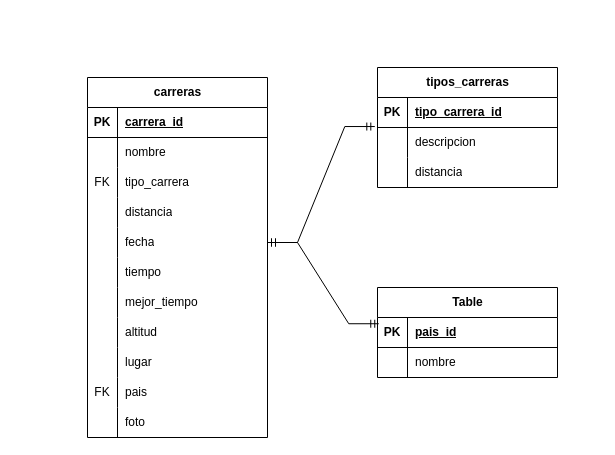
This is CarrerasModeloRelacionalBD.drawio from sergioromero2k/DataTheoryRepo, a draw.io file, before an edit. Source tidied: cells renumbered, new cells numbered last; positions are measured from the earlier drawing's top-left corner, leaving out a move shared by most shapes. Both pictures are drawn from the tidied source at 100%, with x=0, y=0 at pixel (87, 67).
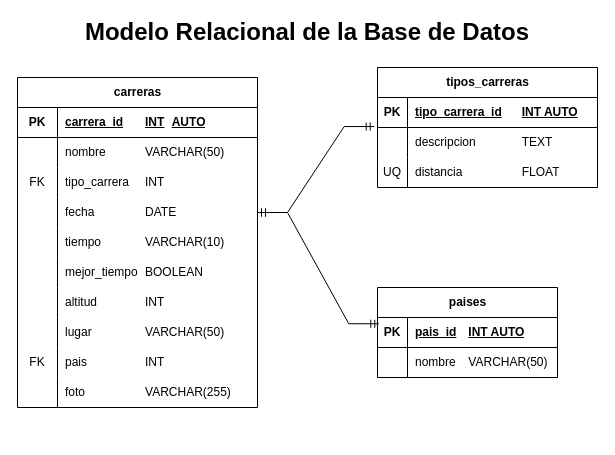
The same page after the edit.

Commit message:
Actualización del modelo relacional de la base de datos.drawio

Unchanged cells that the change refers to:
```xml
<mxCell id="47" style="shape=tableRow;horizontal=0;startSize=0;swimlaneHead=0;swimlaneBody=0;fillColor=none;points=[[0,0.5],[1,0.5]];portConstraint=eastwest;top=0;left=0;right=0;bottom=1;" parent="46" vertex="1">
  <mxGeometry y="30" width="180" height="30" as="geometry" />
</mxCell>
<mxCell id="50" style="shape=tableRow;horizontal=0;startSize=0;swimlaneHead=0;swimlaneBody=0;fillColor=none;top=0;left=0;right=0;bottom=0;" parent="46" vertex="1">
  <mxGeometry y="60" width="180" height="30" as="geometry" />
</mxCell>
```

Diff of the diagram source:
```diff
@@
     <mxCell id="2" value="carreras" style="shape=table;startSize=30;childLayout=tableLayout;rowLines=0;fontStyle=1;align=center;html=1;" parent="1" vertex="1">
-      <mxGeometry y="10" width="180" height="360" as="geometry" />
+      <mxGeometry x="-70" y="10" width="240" height="330" as="geometry" />
     </mxCell>
     <mxCell id="3" style="shape=tableRow;horizontal=0;startSize=0;swimlaneHead=0;swimlaneBody=0;fillColor=none;top=0;left=0;right=0;bottom=1;" parent="2" vertex="1">
-      <mxGeometry y="30" width="180" height="30" as="geometry" />
+      <mxGeometry y="30" width="240" height="30" as="geometry" />
     </mxCell>
     <mxCell id="4" value="PK" style="shape=partialRectangle;fillColor=none;top=0;left=0;bottom=0;right=0;fontStyle=1;overflow=hidden;whiteSpace=wrap;html=1;" parent="3" vertex="1">
-      <mxGeometry width="30" height="30" as="geometry" />
+      <mxGeometry width="40" height="30" as="geometry" />
     </mxCell>
-    <mxCell id="5" value="carrera_id" style="shape=partialRectangle;fillColor=none;top=0;left=0;bottom=0;right=0;align=left;spacingLeft=6;fontStyle=5;overflow=hidden;whiteSpace=wrap;html=1;" parent="3" vertex="1">
-      <mxGeometry x="30" width="150" height="30" as="geometry" />
+    <mxCell id="5" value="carrera_id&lt;span style=&quot;white-space: pre;&quot;&gt;&#9;&lt;/span&gt;INT&lt;span style=&quot;white-space: pre;&quot;&gt;&#9;&lt;/span&gt;AUTO" style="shape=partialRectangle;fillColor=none;top=0;left=0;bottom=0;right=0;align=left;spacingLeft=6;fontStyle=5;overflow=hidden;whiteSpace=wrap;html=1;" parent="3" vertex="1">
+      <mxGeometry x="40" width="200" height="30" as="geometry" />
     </mxCell>
     <mxCell id="6" style="shape=tableRow;horizontal=0;startSize=0;swimlaneHead=0;swimlaneBody=0;fillColor=none;top=0;left=0;right=0;bottom=0;" parent="2" vertex="1">
-      <mxGeometry y="60" width="180" height="30" as="geometry" />
+      <mxGeometry y="60" width="240" height="30" as="geometry" />
     </mxCell>
     <mxCell id="7" style="shape=partialRectangle;fillColor=none;top=0;left=0;bottom=0;right=0;overflow=hidden;whiteSpace=wrap;html=1;" parent="6" vertex="1">
-      <mxGeometry width="30" height="30" as="geometry" />
+      <mxGeometry width="40" height="30" as="geometry" />
     </mxCell>
-    <mxCell id="8" value="nombre" style="shape=partialRectangle;fillColor=none;top=0;left=0;bottom=0;right=0;align=left;spacingLeft=6;overflow=hidden;whiteSpace=wrap;html=1;" parent="6" vertex="1">
-      <mxGeometry x="30" width="150" height="30" as="geometry" />
+    <mxCell id="8" value="nombre&amp;nbsp;&lt;span style=&quot;white-space: pre;&quot;&gt;&#9;&lt;span style=&quot;white-space: pre;&quot;&gt;&#9;&lt;/span&gt;&lt;/span&gt;VARCHAR(50)" style="shape=partialRectangle;fillColor=none;top=0;left=0;bottom=0;right=0;align=left;spacingLeft=6;overflow=hidden;whiteSpace=wrap;html=1;" parent="6" vertex="1">
+      <mxGeometry x="40" width="200" height="30" as="geometry" />
     </mxCell>
     <mxCell id="9" style="shape=tableRow;horizontal=0;startSize=0;swimlaneHead=0;swimlaneBody=0;fillColor=none;top=0;left=0;right=0;bottom=0;" parent="2" vertex="1">
-      <mxGeometry y="90" width="180" height="30" as="geometry" />
+      <mxGeometry y="90" width="240" height="30" as="geometry" />
     </mxCell>
     <mxCell id="10" value="FK" style="shape=partialRectangle;fillColor=none;top=0;left=0;bottom=0;right=0;overflow=hidden;whiteSpace=wrap;html=1;" parent="9" vertex="1">
-      <mxGeometry width="30" height="30" as="geometry" />
+      <mxGeometry width="40" height="30" as="geometry" />
     </mxCell>
-    <mxCell id="11" value="tipo_carrera" style="shape=partialRectangle;fillColor=none;top=0;left=0;bottom=0;right=0;align=left;spacingLeft=6;overflow=hidden;whiteSpace=wrap;html=1;" parent="9" vertex="1">
-      <mxGeometry x="30" width="150" height="30" as="geometry" />
+    <mxCell id="11" value="tipo_carrera&lt;span style=&quot;white-space: pre;&quot;&gt;&#9;&lt;/span&gt;INT" style="shape=partialRectangle;fillColor=none;top=0;left=0;bottom=0;right=0;align=left;spacingLeft=6;overflow=hidden;whiteSpace=wrap;html=1;" parent="9" vertex="1">
+      <mxGeometry x="40" width="200" height="30" as="geometry" />
     </mxCell>
-    <mxCell id="12" style="shape=tableRow;horizontal=0;startSize=0;swimlaneHead=0;swimlaneBody=0;fillColor=none;top=0;left=0;right=0;bottom=0;" parent="2" vertex="1">
-      <mxGeometry y="120" width="180" height="30" as="geometry" />
-    </mxCell>
-    <mxCell id="13" style="shape=partialRectangle;fillColor=none;top=0;left=0;bottom=0;right=0;overflow=hidden;whiteSpace=wrap;html=1;" parent="12" vertex="1">
-      <mxGeometry width="30" height="30" as="geometry" />
-    </mxCell>
-    <mxCell id="14" value="distancia" style="shape=partialRectangle;fillColor=none;top=0;left=0;bottom=0;right=0;align=left;spacingLeft=6;overflow=hidden;whiteSpace=wrap;html=1;" parent="12" vertex="1">
-      <mxGeometry x="30" width="150" height="30" as="geometry" />
-    </mxCell>
     <mxCell id="15" style="shape=tableRow;horizontal=0;startSize=0;swimlaneHead=0;swimlaneBody=0;fillColor=none;points=[[0,0.5],[1,0.5]];portConstraint=eastwest;top=0;left=0;right=0;bottom=0;" parent="2" vertex="1">
-      <mxGeometry y="150" width="180" height="30" as="geometry" />
+      <mxGeometry y="120" width="240" height="30" as="geometry" />
     </mxCell>
     <mxCell id="16" style="shape=partialRectangle;fillColor=none;top=0;left=0;bottom=0;right=0;overflow=hidden;whiteSpace=wrap;html=1;" parent="15" vertex="1">
-      <mxGeometry width="30" height="30" as="geometry" />
+      <mxGeometry width="40" height="30" as="geometry" />
     </mxCell>
-    <mxCell id="17" value="fecha" style="shape=partialRectangle;fillColor=none;top=0;left=0;bottom=0;right=0;align=left;spacingLeft=6;overflow=hidden;whiteSpace=wrap;html=1;" parent="15" vertex="1">
-      <mxGeometry x="30" width="150" height="30" as="geometry" />
+    <mxCell id="17" value="fecha&amp;nbsp;&lt;span style=&quot;white-space: pre;&quot;&gt;&#9;&lt;span style=&quot;white-space: pre;&quot;&gt;&#9;&lt;/span&gt;&lt;/span&gt;DATE" style="shape=partialRectangle;fillColor=none;top=0;left=0;bottom=0;right=0;align=left;spacingLeft=6;overflow=hidden;whiteSpace=wrap;html=1;" parent="15" vertex="1">
+      <mxGeometry x="40" width="200" height="30" as="geometry" />
     </mxCell>
     <mxCell id="18" style="shape=tableRow;horizontal=0;startSize=0;swimlaneHead=0;swimlaneBody=0;fillColor=none;top=0;left=0;right=0;bottom=0;" parent="2" vertex="1">
-      <mxGeometry y="180" width="180" height="30" as="geometry" />
+      <mxGeometry y="150" width="240" height="30" as="geometry" />
     </mxCell>
     <mxCell id="19" style="shape=partialRectangle;fillColor=none;top=0;left=0;bottom=0;right=0;overflow=hidden;whiteSpace=wrap;html=1;" parent="18" vertex="1">
-      <mxGeometry width="30" height="30" as="geometry" />
+      <mxGeometry width="40" height="30" as="geometry" />
     </mxCell>
-    <mxCell id="20" value="tiempo" style="shape=partialRectangle;fillColor=none;top=0;left=0;bottom=0;right=0;align=left;spacingLeft=6;overflow=hidden;whiteSpace=wrap;html=1;" parent="18" vertex="1">
-      <mxGeometry x="30" width="150" height="30" as="geometry" />
+    <mxCell id="20" value="tiempo&amp;nbsp;&lt;span style=&quot;white-space: pre;&quot;&gt;&#9;&lt;span style=&quot;white-space: pre;&quot;&gt;&#9;&lt;/span&gt;&lt;/span&gt;VARCHAR(10)" style="shape=partialRectangle;fillColor=none;top=0;left=0;bottom=0;right=0;align=left;spacingLeft=6;overflow=hidden;whiteSpace=wrap;html=1;" parent="18" vertex="1">
+      <mxGeometry x="40" width="200" height="30" as="geometry" />
     </mxCell>
     <mxCell id="21" style="shape=tableRow;horizontal=0;startSize=0;swimlaneHead=0;swimlaneBody=0;fillColor=none;top=0;left=0;right=0;bottom=0;" parent="2" vertex="1">
-      <mxGeometry y="210" width="180" height="30" as="geometry" />
+      <mxGeometry y="180" width="240" height="30" as="geometry" />
     </mxCell>
     <mxCell id="22" style="shape=partialRectangle;fillColor=none;top=0;left=0;bottom=0;right=0;overflow=hidden;whiteSpace=wrap;html=1;" parent="21" vertex="1">
-      <mxGeometry width="30" height="30" as="geometry" />
+      <mxGeometry width="40" height="30" as="geometry" />
     </mxCell>
-    <mxCell id="23" value="mejor_tiempo" style="shape=partialRectangle;fillColor=none;top=0;left=0;bottom=0;right=0;align=left;spacingLeft=6;overflow=hidden;whiteSpace=wrap;html=1;" parent="21" vertex="1">
-      <mxGeometry x="30" width="150" height="30" as="geometry" />
+    <mxCell id="23" value="mejor_tiempo&lt;span style=&quot;white-space: pre;&quot;&gt;&#9;&lt;/span&gt;BOOLEAN" style="shape=partialRectangle;fillColor=none;top=0;left=0;bottom=0;right=0;align=left;spacingLeft=6;overflow=hidden;whiteSpace=wrap;html=1;" parent="21" vertex="1">
+      <mxGeometry x="40" width="200" height="30" as="geometry" />
     </mxCell>
     <mxCell id="24" style="shape=tableRow;horizontal=0;startSize=0;swimlaneHead=0;swimlaneBody=0;fillColor=none;top=0;left=0;right=0;bottom=0;" parent="2" vertex="1">
-      <mxGeometry y="240" width="180" height="30" as="geometry" />
+      <mxGeometry y="210" width="240" height="30" as="geometry" />
     </mxCell>
     <mxCell id="25" style="shape=partialRectangle;fillColor=none;top=0;left=0;bottom=0;right=0;overflow=hidden;whiteSpace=wrap;html=1;" parent="24" vertex="1">
-      <mxGeometry width="30" height="30" as="geometry" />
+      <mxGeometry width="40" height="30" as="geometry" />
     </mxCell>
-    <mxCell id="26" value="altitud" style="shape=partialRectangle;fillColor=none;top=0;left=0;bottom=0;right=0;align=left;spacingLeft=6;overflow=hidden;whiteSpace=wrap;html=1;" parent="24" vertex="1">
-      <mxGeometry x="30" width="150" height="30" as="geometry" />
+    <mxCell id="26" value="altitud&lt;span style=&quot;white-space: pre;&quot;&gt;&#9;&lt;span style=&quot;white-space: pre;&quot;&gt;&#9;&lt;/span&gt;I&lt;/span&gt;NT" style="shape=partialRectangle;fillColor=none;top=0;left=0;bottom=0;right=0;align=left;spacingLeft=6;overflow=hidden;whiteSpace=wrap;html=1;" parent="24" vertex="1">
+      <mxGeometry x="40" width="200" height="30" as="geometry" />
     </mxCell>
     <mxCell id="27" style="shape=tableRow;horizontal=0;startSize=0;swimlaneHead=0;swimlaneBody=0;fillColor=none;top=0;left=0;right=0;bottom=0;" parent="2" vertex="1">
-      <mxGeometry y="270" width="180" height="30" as="geometry" />
+      <mxGeometry y="240" width="240" height="30" as="geometry" />
     </mxCell>
     <mxCell id="28" style="shape=partialRectangle;fillColor=none;top=0;left=0;bottom=0;right=0;overflow=hidden;whiteSpace=wrap;html=1;" parent="27" vertex="1">
-      <mxGeometry width="30" height="30" as="geometry" />
+      <mxGeometry width="40" height="30" as="geometry" />
     </mxCell>
-    <mxCell id="29" value="lugar" style="shape=partialRectangle;fillColor=none;top=0;left=0;bottom=0;right=0;align=left;spacingLeft=6;overflow=hidden;whiteSpace=wrap;html=1;" parent="27" vertex="1">
-      <mxGeometry x="30" width="150" height="30" as="geometry" />
+    <mxCell id="29" value="lugar&lt;span style=&quot;white-space: pre;&quot;&gt;&#9;&lt;span style=&quot;white-space: pre;&quot;&gt;&#9;&lt;/span&gt;VARCHAR(&lt;/span&gt;50&lt;span style=&quot;white-space: pre;&quot;&gt;)&lt;/span&gt;" style="shape=partialRectangle;fillColor=none;top=0;left=0;bottom=0;right=0;align=left;spacingLeft=6;overflow=hidden;whiteSpace=wrap;html=1;" parent="27" vertex="1">
+      <mxGeometry x="40" width="200" height="30" as="geometry" />
     </mxCell>
     <mxCell id="30" style="shape=tableRow;horizontal=0;startSize=0;swimlaneHead=0;swimlaneBody=0;fillColor=none;top=0;left=0;right=0;bottom=0;" parent="2" vertex="1">
-      <mxGeometry y="300" width="180" height="30" as="geometry" />
+      <mxGeometry y="270" width="240" height="30" as="geometry" />
     </mxCell>
     <mxCell id="31" value="FK" style="shape=partialRectangle;fillColor=none;top=0;left=0;bottom=0;right=0;overflow=hidden;whiteSpace=wrap;html=1;" parent="30" vertex="1">
-      <mxGeometry width="30" height="30" as="geometry" />
+      <mxGeometry width="40" height="30" as="geometry" />
     </mxCell>
-    <mxCell id="32" value="pais" style="shape=partialRectangle;fillColor=none;top=0;left=0;bottom=0;right=0;align=left;spacingLeft=6;overflow=hidden;whiteSpace=wrap;html=1;" parent="30" vertex="1">
-      <mxGeometry x="30" width="150" height="30" as="geometry" />
+    <mxCell id="32" value="pais&lt;span style=&quot;white-space: pre;&quot;&gt;&#9;&lt;/span&gt;&lt;span style=&quot;white-space: pre;&quot;&gt;&#9;&lt;span style=&quot;white-space: pre;&quot;&gt;&#9;&lt;/span&gt;&lt;/span&gt;INT" style="shape=partialRectangle;fillColor=none;top=0;left=0;bottom=0;right=0;align=left;spacingLeft=6;overflow=hidden;whiteSpace=wrap;html=1;" parent="30" vertex="1">
+      <mxGeometry x="40" width="200" height="30" as="geometry" />
     </mxCell>
     <mxCell id="33" style="shape=tableRow;horizontal=0;startSize=0;swimlaneHead=0;swimlaneBody=0;fillColor=none;top=0;left=0;right=0;bottom=0;" parent="2" vertex="1">
-      <mxGeometry y="330" width="180" height="30" as="geometry" />
+      <mxGeometry y="300" width="240" height="30" as="geometry" />
     </mxCell>
     <mxCell id="34" style="shape=partialRectangle;fillColor=none;top=0;left=0;bottom=0;right=0;overflow=hidden;whiteSpace=wrap;html=1;" parent="33" vertex="1">
-      <mxGeometry width="30" height="30" as="geometry" />
+      <mxGeometry width="40" height="30" as="geometry" />
     </mxCell>
-    <mxCell id="35" value="foto" style="shape=partialRectangle;fillColor=none;top=0;left=0;bottom=0;right=0;align=left;spacingLeft=6;overflow=hidden;whiteSpace=wrap;html=1;" parent="33" vertex="1">
-      <mxGeometry x="30" width="150" height="30" as="geometry" />
+    <mxCell id="35" value="foto&lt;span style=&quot;white-space: pre;&quot;&gt;&#9;&lt;/span&gt;&lt;span style=&quot;white-space: pre;&quot;&gt;&#9;&lt;span style=&quot;white-space: pre;&quot;&gt;&#9;&lt;/span&gt;&lt;/span&gt;VARCHAR(255)" style="shape=partialRectangle;fillColor=none;top=0;left=0;bottom=0;right=0;align=left;spacingLeft=6;overflow=hidden;whiteSpace=wrap;html=1;" parent="33" vertex="1">
+      <mxGeometry x="40" width="200" height="30" as="geometry" />
     </mxCell>
     <mxCell id="36" value="tipos_carreras" style="shape=table;startSize=30;childLayout=tableLayout;rowLines=0;fontStyle=1;align=center;html=1;" parent="1" vertex="1">
-      <mxGeometry x="290" width="180" height="120" as="geometry" />
+      <mxGeometry x="290" width="220" height="120" as="geometry" />
     </mxCell>
     <mxCell id="37" style="shape=tableRow;horizontal=0;startSize=0;swimlaneHead=0;swimlaneBody=0;fillColor=none;top=0;left=0;right=0;bottom=1;" parent="36" vertex="1">
-      <mxGeometry y="30" width="180" height="30" as="geometry" />
+      <mxGeometry y="30" width="220" height="30" as="geometry" />
     </mxCell>
@@
-    <mxCell id="39" value="tipo_carrera_id" style="shape=partialRectangle;fillColor=none;top=0;left=0;bottom=0;right=0;align=left;spacingLeft=6;fontStyle=5;overflow=hidden;whiteSpace=wrap;html=1;" parent="37" vertex="1">
-      <mxGeometry x="30" width="150" height="30" as="geometry" />
+    <mxCell id="39" value="tipo_carrera_id&lt;span style=&quot;white-space: pre;&quot;&gt;&#9;&lt;/span&gt;INT AUTO" style="shape=partialRectangle;fillColor=none;top=0;left=0;bottom=0;right=0;align=left;spacingLeft=6;fontStyle=5;overflow=hidden;whiteSpace=wrap;html=1;" parent="37" vertex="1">
+      <mxGeometry x="30" width="190" height="30" as="geometry" />
     </mxCell>
     <mxCell id="40" style="shape=tableRow;horizontal=0;startSize=0;swimlaneHead=0;swimlaneBody=0;fillColor=none;points=[[0,0.5],[1,0.5]];portConstraint=eastwest;top=0;left=0;right=0;bottom=0;" parent="36" vertex="1">
-      <mxGeometry y="60" width="180" height="30" as="geometry" />
+      <mxGeometry y="60" width="220" height="30" as="geometry" />
     </mxCell>
@@
-    <mxCell id="42" value="descripcion" style="shape=partialRectangle;fillColor=none;top=0;left=0;bottom=0;right=0;align=left;spacingLeft=6;overflow=hidden;whiteSpace=wrap;html=1;" parent="40" vertex="1">
-      <mxGeometry x="30" width="150" height="30" as="geometry" />
+    <mxCell id="42" value="descripcion&lt;span style=&quot;white-space: pre;&quot;&gt;&#9;&lt;span style=&quot;white-space: pre;&quot;&gt;&#9;&lt;/span&gt;&lt;/span&gt;TEXT" style="shape=partialRectangle;fillColor=none;top=0;left=0;bottom=0;right=0;align=left;spacingLeft=6;overflow=hidden;whiteSpace=wrap;html=1;" parent="40" vertex="1">
+      <mxGeometry x="30" width="190" height="30" as="geometry" />
     </mxCell>
     <mxCell id="43" style="shape=tableRow;horizontal=0;startSize=0;swimlaneHead=0;swimlaneBody=0;fillColor=none;top=0;left=0;right=0;bottom=0;" parent="36" vertex="1">
-      <mxGeometry y="90" width="180" height="30" as="geometry" />
+      <mxGeometry y="90" width="220" height="30" as="geometry" />
     </mxCell>
-    <mxCell id="44" style="shape=partialRectangle;fillColor=none;top=0;left=0;bottom=0;right=0;overflow=hidden;whiteSpace=wrap;html=1;" parent="43" vertex="1">
+    <mxCell id="44" value="UQ" style="shape=partialRectangle;fillColor=none;top=0;left=0;bottom=0;right=0;overflow=hidden;whiteSpace=wrap;html=1;" parent="43" vertex="1">
       <mxGeometry width="30" height="30" as="geometry" />
     </mxCell>
-    <mxCell id="45" value="distancia" style="shape=partialRectangle;fillColor=none;top=0;left=0;bottom=0;right=0;align=left;spacingLeft=6;overflow=hidden;whiteSpace=wrap;html=1;" parent="43" vertex="1">
-      <mxGeometry x="30" width="150" height="30" as="geometry" />
+    <mxCell id="45" value="distancia&lt;span style=&quot;white-space: pre;&quot;&gt;&#9;&lt;/span&gt;&lt;span style=&quot;white-space: pre;&quot;&gt;&#9;&lt;span style=&quot;white-space: pre;&quot;&gt;&#9;&lt;/span&gt;&lt;/span&gt;FLOAT" style="shape=partialRectangle;fillColor=none;top=0;left=0;bottom=0;right=0;align=left;spacingLeft=6;overflow=hidden;whiteSpace=wrap;html=1;" parent="43" vertex="1">
+      <mxGeometry x="30" width="190" height="30" as="geometry" />
     </mxCell>
-    <mxCell id="46" value="Table" style="shape=table;startSize=30;childLayout=tableLayout;rowLines=0;fontStyle=1;align=center;html=1;" parent="1" vertex="1">
+    <mxCell id="46" value="paises" style="shape=table;startSize=30;childLayout=tableLayout;rowLines=0;fontStyle=1;align=center;html=1;" parent="1" vertex="1">
       <mxGeometry x="290" y="220" width="180" height="90" as="geometry" />
     </mxCell>
@@
-    <mxCell id="49" value="pais_id" style="shape=partialRectangle;fillColor=none;top=0;left=0;bottom=0;right=0;align=left;spacingLeft=6;fontStyle=5;overflow=hidden;whiteSpace=wrap;html=1;" parent="47" vertex="1">
+    <mxCell id="49" value="pais_id&lt;span style=&quot;white-space: pre;&quot;&gt;&#9;&lt;/span&gt;INT AUTO" style="shape=partialRectangle;fillColor=none;top=0;left=0;bottom=0;right=0;align=left;spacingLeft=6;fontStyle=5;overflow=hidden;whiteSpace=wrap;html=1;" parent="47" vertex="1">
       <mxGeometry x="30" width="150" height="30" as="geometry" />
     </mxCell>
@@
-    <mxCell id="52" value="nombre" style="shape=partialRectangle;fillColor=none;top=0;left=0;bottom=0;right=0;align=left;spacingLeft=6;overflow=hidden;whiteSpace=wrap;html=1;" parent="50" vertex="1">
+    <mxCell id="52" value="nombre&lt;span style=&quot;white-space: pre;&quot;&gt;&#9;&lt;/span&gt;VARCHAR(50)" style="shape=partialRectangle;fillColor=none;top=0;left=0;bottom=0;right=0;align=left;spacingLeft=6;overflow=hidden;whiteSpace=wrap;html=1;" parent="50" vertex="1">
       <mxGeometry x="30" width="150" height="30" as="geometry" />
     </mxCell>
@@
     <mxCell id="54" style="edgeStyle=entityRelationEdgeStyle;fontSize=12;html=1;endArrow=ERmandOne;startArrow=ERmandOne;rounded=0;exitX=1;exitY=0.5;exitDx=0;exitDy=0;entryX=0.007;entryY=0.208;entryDx=0;entryDy=0;entryPerimeter=0;" parent="1" edge="1" source="15" target="47">
       <mxGeometry relative="1" as="geometry">
         <Array as="points">
-          <mxPoint x="220" y="190" />
+          <mxPoint x="150" y="190" />
         </Array>
       </mxGeometry>
     </mxCell>
+    <mxCell id="55" value="&lt;b&gt;&lt;font style=&quot;font-size: 24px;&quot;&gt;Modelo Relacional de la Base de Datos&lt;/font&gt;&lt;/b&gt;" style="text;html=1;align=center;verticalAlign=middle;whiteSpace=wrap;rounded=0;" parent="1" vertex="1">
+      <mxGeometry x="-10" y="-50" width="460" height="30" as="geometry" />
+    </mxCell>
```
